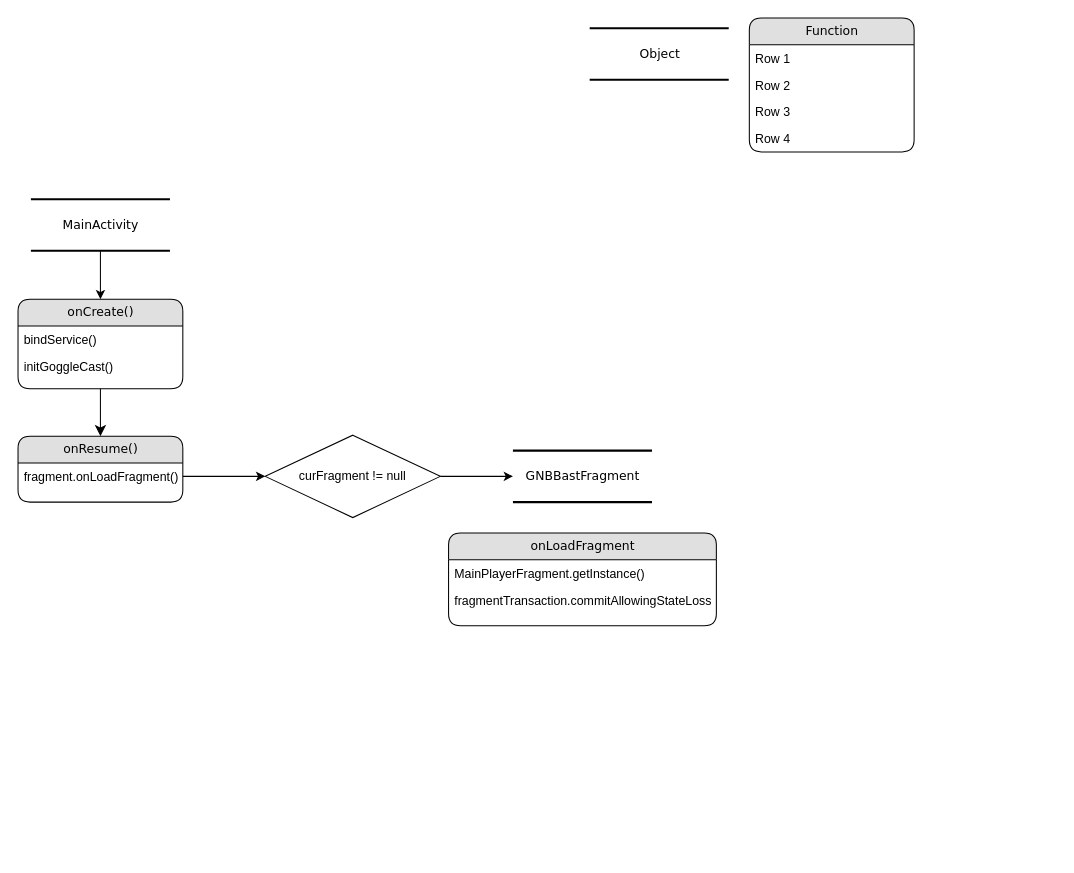
Earlier version of the draw.io diagram myk-adStream.drawio (b3lon9/uml). Source tidied: cells renumbered, new cells numbered last; positions are measured from the earlier drawing's top-left corner, leaving out a move shared by most shapes. Both pictures are drawn from the tidied source at 103%, with x=0, y=0 at pixel (18, 18).
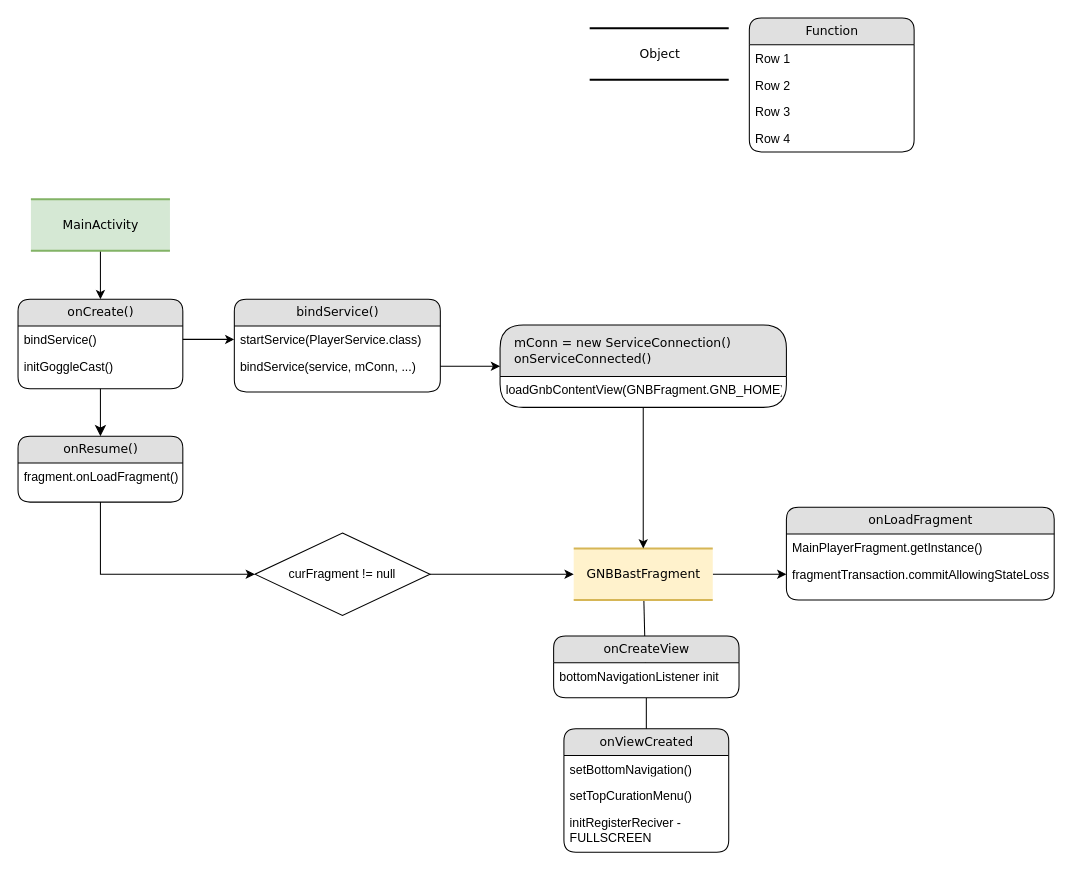
After the change.

The change refers to these unchanged cells:
```xml
<mxCell id="3" value="bindService()" style="text;html=1;strokeColor=none;fillColor=none;spacingLeft=4;spacingRight=4;whiteSpace=wrap;overflow=hidden;points=[[0,0.5],[1,0.5]];portConstraint=eastwest;" parent="2" vertex="1">
  <mxGeometry y="26" width="160" height="26" as="geometry" />
</mxCell>
<mxCell id="5" value="onResume()" style="swimlane;html=1;fontStyle=0;horizontal=1;startSize=26;fillColor=#e0e0e0;swimlaneFillColor=#ffffff;align=center;rounded=1;shadow=0;comic=0;labelBackgroundColor=none;strokeWidth=1;fontFamily=Verdana;fontSize=12;" parent="1" vertex="1">
  <mxGeometry y="406" width="160" height="64" as="geometry" />
</mxCell>
<mxCell id="6" value="fragment.onLoadFragment()" style="text;html=1;strokeColor=none;fillColor=none;spacingLeft=4;spacingRight=4;whiteSpace=wrap;overflow=hidden;points=[[0,0.5],[1,0.5]];portConstraint=eastwest;" parent="5" vertex="1">
  <mxGeometry y="26" width="160" height="26" as="geometry" />
</mxCell>
<mxCell id="18" value="fragmentTransaction.commitAllowingStateLoss()" style="text;html=1;strokeColor=none;fillColor=none;spacingLeft=4;spacingRight=4;whiteSpace=wrap;overflow=hidden;points=[[0,0.5],[1,0.5]];portConstraint=eastwest;" parent="16" vertex="1">
  <mxGeometry y="52" width="260" height="26" as="geometry" />
</mxCell>
```

The edit, as a diff of the source:
```diff
@@
-    <mxCell id="15" value="MainActivity" style="html=1;rounded=0;shadow=0;comic=0;labelBackgroundColor=none;strokeWidth=2;fontFamily=Verdana;fontSize=12;align=center;shape=mxgraph.ios7ui.horLines;" parent="1" vertex="1">
+    <mxCell id="15" value="MainActivity" style="html=1;rounded=0;shadow=0;comic=0;labelBackgroundColor=none;strokeWidth=2;fontFamily=Verdana;fontSize=12;align=center;shape=mxgraph.ios7ui.horLines;fillColor=#d5e8d4;strokeColor=#82b366;" parent="1" vertex="1">
       <mxGeometry x="12.5" y="176" width="135" height="50" as="geometry" />
     </mxCell>
     <mxCell id="16" value="onLoadFragment" style="swimlane;html=1;fontStyle=0;horizontal=1;startSize=26;fillColor=#e0e0e0;swimlaneFillColor=#ffffff;align=center;rounded=1;shadow=0;comic=0;labelBackgroundColor=none;strokeWidth=1;fontFamily=Verdana;fontSize=12;" parent="1" vertex="1">
-      <mxGeometry x="418" y="500" width="260" height="90" as="geometry" />
+      <mxGeometry x="746" y="475" width="260" height="90" as="geometry" />
     </mxCell>
@@
+    <mxCell id="23" style="edgeStyle=orthogonalEdgeStyle;rounded=0;jettySize=auto;html=1;" parent="1" edge="1" source="19" target="18">
+      <mxGeometry relative="1" as="geometry" />
+    </mxCell>
+    <mxCell id="24" style="edgeStyle=none;curved=1;rounded=0;jettySize=auto;html=1;fontSize=12;startSize=8;endSize=8;" parent="1" edge="1" source="19">
+      <mxGeometry relative="1" as="geometry">
+        <mxPoint x="609.7" y="652" as="targetPoint" />
+      </mxGeometry>
+    </mxCell>
-    <mxCell id="19" value="GNBBastFragment" style="html=1;rounded=0;shadow=0;comic=0;labelBackgroundColor=none;strokeWidth=2;fontFamily=Verdana;fontSize=12;align=center;shape=mxgraph.ios7ui.horLines;" parent="1" vertex="1">
-      <mxGeometry x="480.5" y="420" width="135" height="50" as="geometry" />
+    <mxCell id="19" value="GNBBastFragment" style="html=1;rounded=0;shadow=0;comic=0;labelBackgroundColor=none;strokeWidth=2;fontFamily=Verdana;fontSize=12;align=center;shape=mxgraph.ios7ui.horLines;fillColor=#fff2cc;strokeColor=#d6b656;" parent="1" vertex="1">
+      <mxGeometry x="539.5" y="515" width="135" height="50" as="geometry" />
     </mxCell>
@@
     <mxCell id="21" value="curFragment != null" style="rhombus;whiteSpace=wrap;html=1;" parent="1" vertex="1">
-      <mxGeometry x="240" y="405" width="170" height="80" as="geometry" />
+      <mxGeometry x="230" y="500" width="170" height="80" as="geometry" />
     </mxCell>
-    <mxCell id="22" style="edgeStyle=orthogonalEdgeStyle;rounded=0;jettySize=auto;html=1;entryX=0;entryY=0.5;entryDx=0;entryDy=0;" parent="1" edge="1" source="6" target="21">
+    <mxCell id="22" style="edgeStyle=orthogonalEdgeStyle;rounded=0;jettySize=auto;html=1;entryX=0;entryY=0.5;entryDx=0;entryDy=0;exitX=0.5;exitY=1;exitDx=0;exitDy=0;" parent="1" edge="1" source="5" target="21">
       <mxGeometry relative="1" as="geometry" />
     </mxCell>
+    <mxCell id="25" value="bindService()" style="swimlane;html=1;fontStyle=0;horizontal=1;startSize=26;fillColor=#e0e0e0;swimlaneFillColor=#ffffff;align=center;rounded=1;shadow=0;comic=0;labelBackgroundColor=none;strokeWidth=1;fontFamily=Verdana;fontSize=12;" parent="1" vertex="1">
+      <mxGeometry x="210" y="273" width="200" height="90" as="geometry" />
+    </mxCell>
+    <mxCell id="26" value="startService(PlayerService.class)" style="text;html=1;strokeColor=none;fillColor=none;spacingLeft=4;spacingRight=4;whiteSpace=wrap;overflow=hidden;points=[[0,0.5],[1,0.5]];portConstraint=eastwest;" parent="25" vertex="1">
+      <mxGeometry y="26" width="200" height="26" as="geometry" />
+    </mxCell>
+    <mxCell id="27" value="bindService(service, mConn, ...)" style="text;html=1;strokeColor=none;fillColor=none;spacingLeft=4;spacingRight=4;whiteSpace=wrap;overflow=hidden;points=[[0,0.5],[1,0.5]];portConstraint=eastwest;" parent="25" vertex="1">
+      <mxGeometry y="52" width="200" height="26" as="geometry" />
+    </mxCell>
+    <mxCell id="28" style="edgeStyle=orthogonalEdgeStyle;rounded=0;jettySize=auto;html=1;" parent="1" edge="1" source="29" target="19">
+      <mxGeometry relative="1" as="geometry" />
+    </mxCell>
+    <mxCell id="29" value="mConn = new ServiceConnection()&lt;br&gt;onServiceConnected()" style="swimlane;html=1;fontStyle=0;horizontal=1;startSize=50;fillColor=#e0e0e0;swimlaneFillColor=#ffffff;align=left;rounded=1;shadow=0;comic=0;labelBackgroundColor=none;strokeWidth=1;fontFamily=Verdana;fontSize=12;spacingLeft=12;" parent="1" vertex="1">
+      <mxGeometry x="468" y="298" width="278" height="80" as="geometry" />
+    </mxCell>
+    <mxCell id="30" value="loadGnbContentView(GNBFragment.GNB_HOME);" style="text;html=1;strokeColor=none;fillColor=none;spacingLeft=4;spacingRight=4;whiteSpace=wrap;overflow=hidden;" parent="29" vertex="1">
+      <mxGeometry y="50" width="278" height="26" as="geometry" />
+    </mxCell>
+    <mxCell id="31" style="edgeStyle=orthogonalEdgeStyle;rounded=0;jettySize=auto;html=1;" parent="1" edge="1" source="3" target="26">
+      <mxGeometry relative="1" as="geometry" />
+    </mxCell>
+    <mxCell id="32" style="edgeStyle=orthogonalEdgeStyle;rounded=0;jettySize=auto;html=1;entryX=0;entryY=0.5;entryDx=0;entryDy=0;" parent="1" edge="1" source="27" target="29">
+      <mxGeometry relative="1" as="geometry" />
+    </mxCell>
+    <mxCell id="33" style="edgeStyle=none;curved=1;rounded=0;jettySize=auto;html=1;fontSize=12;startSize=8;endSize=8;" parent="1" edge="1" source="34">
+      <mxGeometry relative="1" as="geometry">
+        <mxPoint x="610" y="810" as="targetPoint" />
+      </mxGeometry>
+    </mxCell>
+    <mxCell id="34" value="onCreateView" style="swimlane;html=1;fontStyle=0;horizontal=1;startSize=26;fillColor=#e0e0e0;swimlaneFillColor=#ffffff;align=center;rounded=1;shadow=0;comic=0;labelBackgroundColor=none;strokeWidth=1;fontFamily=Verdana;fontSize=12;" parent="1" vertex="1">
+      <mxGeometry x="520" y="600" width="180" height="60" as="geometry" />
+    </mxCell>
+    <mxCell id="35" value="bottomNavigationListener init" style="text;html=1;strokeColor=none;fillColor=none;spacingLeft=4;spacingRight=4;whiteSpace=wrap;overflow=hidden;" parent="34" vertex="1">
+      <mxGeometry y="26" width="180" height="26" as="geometry" />
+    </mxCell>
+    <mxCell id="36" value="onViewCreated" style="swimlane;html=1;fontStyle=0;horizontal=1;startSize=26;fillColor=#e0e0e0;swimlaneFillColor=#ffffff;align=center;rounded=1;shadow=0;comic=0;labelBackgroundColor=none;strokeWidth=1;fontFamily=Verdana;fontSize=12;" parent="1" vertex="1">
+      <mxGeometry x="530" y="690" width="160" height="120" as="geometry" />
+    </mxCell>
+    <mxCell id="37" value="setBottomNavigation()" style="text;html=1;strokeColor=none;fillColor=none;spacingLeft=4;spacingRight=4;whiteSpace=wrap;overflow=hidden;" parent="36" vertex="1">
+      <mxGeometry y="26" width="160" height="26" as="geometry" />
+    </mxCell>
+    <mxCell id="38" value="setTopCurationMenu()" style="text;html=1;strokeColor=none;fillColor=none;spacingLeft=4;spacingRight=4;whiteSpace=wrap;overflow=hidden;" parent="36" vertex="1">
+      <mxGeometry y="52" width="160" height="26" as="geometry" />
+    </mxCell>
+    <mxCell id="39" value="initRegisterReciver - FULLSCREEN" style="text;html=1;strokeColor=none;fillColor=none;spacingLeft=4;spacingRight=4;whiteSpace=wrap;overflow=hidden;" parent="36" vertex="1">
+      <mxGeometry y="78" width="160" height="42" as="geometry" />
+    </mxCell>
```
